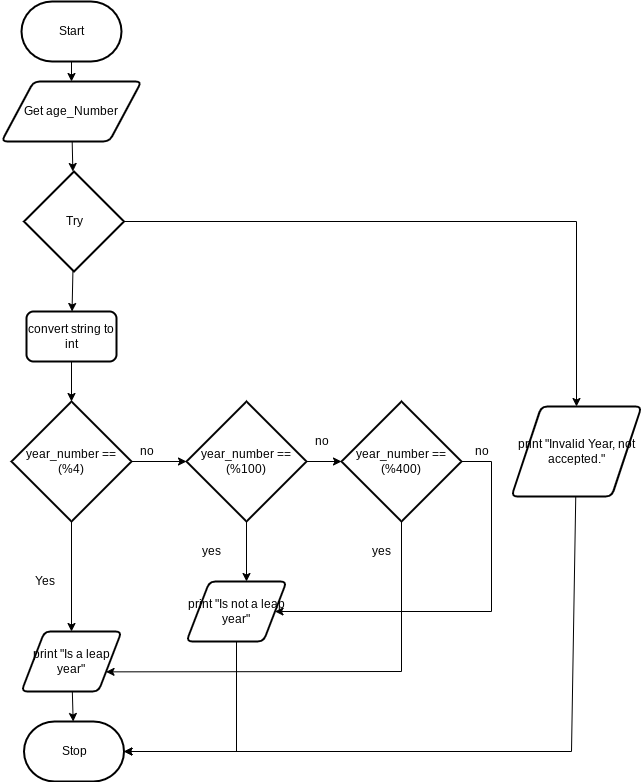
Earlier version of the draw.io export Draw.io/Flowchart.png (Peter-Gemmell/ICS3U-Unt3-08-Python). Source tidied: cells renumbered, new cells last; positions are measured from the earlier drawing's top-left corner, leaving out a move shared by most shapes. Source of this version:
```xml
<mxGraphModel>
  <root>
    <mxCell id="0" />
    <mxCell id="1" parent="0" />
    <mxCell id="2" style="edgeStyle=none;html=1;entryX=0.5;entryY=0;entryDx=0;entryDy=0;" parent="1" edge="1" source="3" target="5">
      <mxGeometry relative="1" as="geometry" />
    </mxCell>
    <mxCell id="3" value="Start" style="strokeWidth=2;html=1;shape=mxgraph.flowchart.terminator;whiteSpace=wrap;" parent="1" vertex="1">
      <mxGeometry x="20" width="100" height="60" as="geometry" />
    </mxCell>
    <mxCell id="4" style="edgeStyle=none;rounded=0;html=1;" parent="1" edge="1" source="5" target="16">
      <mxGeometry relative="1" as="geometry" />
    </mxCell>
    <mxCell id="5" value="Get age_Number" style="shape=parallelogram;html=1;strokeWidth=2;perimeter=parallelogramPerimeter;whiteSpace=wrap;rounded=1;arcSize=12;size=0.23;" parent="1" vertex="1">
      <mxGeometry y="80" width="140" height="60" as="geometry" />
    </mxCell>
    <mxCell id="6" style="edgeStyle=none;html=1;" parent="1" edge="1" source="7" target="8">
      <mxGeometry relative="1" as="geometry" />
    </mxCell>
    <mxCell id="7" value="print &quot;Is a leap year&quot;" style="shape=parallelogram;html=1;strokeWidth=2;perimeter=parallelogramPerimeter;whiteSpace=wrap;rounded=1;arcSize=12;size=0.23;" parent="1" vertex="1">
      <mxGeometry x="20" y="630" width="100" height="60" as="geometry" />
    </mxCell>
    <mxCell id="8" value="Stop" style="strokeWidth=2;html=1;shape=mxgraph.flowchart.terminator;whiteSpace=wrap;" parent="1" vertex="1">
      <mxGeometry x="22.5" y="720" width="100" height="60" as="geometry" />
    </mxCell>
    <mxCell id="9" style="edgeStyle=none;rounded=0;html=1;" parent="1" edge="1" source="11" target="7">
      <mxGeometry relative="1" as="geometry" />
    </mxCell>
    <mxCell id="10" style="edgeStyle=none;html=1;entryX=0;entryY=0.5;entryDx=0;entryDy=0;entryPerimeter=0;" parent="1" edge="1" source="11" target="23">
      <mxGeometry relative="1" as="geometry" />
    </mxCell>
    <mxCell id="11" value="year_number == (%4)" style="strokeWidth=2;html=1;shape=mxgraph.flowchart.decision;whiteSpace=wrap;" parent="1" vertex="1">
      <mxGeometry x="10" y="400" width="120" height="120" as="geometry" />
    </mxCell>
    <mxCell id="12" style="edgeStyle=none;rounded=0;html=1;entryX=1;entryY=0.5;entryDx=0;entryDy=0;entryPerimeter=0;" parent="1" edge="1" source="13" target="8">
      <mxGeometry relative="1" as="geometry">
        <Array as="points">
          <mxPoint x="570" y="750" />
        </Array>
      </mxGeometry>
    </mxCell>
    <mxCell id="13" value="print &quot;Invalid Year, not accepted.&quot;" style="shape=parallelogram;html=1;strokeWidth=2;perimeter=parallelogramPerimeter;whiteSpace=wrap;rounded=1;arcSize=12;size=0.23;" parent="1" vertex="1">
      <mxGeometry x="510" y="405" width="130" height="90" as="geometry" />
    </mxCell>
    <mxCell id="14" style="edgeStyle=none;html=1;entryX=0.5;entryY=0;entryDx=0;entryDy=0;rounded=0;" parent="1" edge="1" source="16" target="13">
      <mxGeometry relative="1" as="geometry">
        <Array as="points">
          <mxPoint x="575" y="220" />
        </Array>
      </mxGeometry>
    </mxCell>
    <mxCell id="15" style="edgeStyle=none;rounded=0;html=1;" parent="1" edge="1" source="16" target="19">
      <mxGeometry relative="1" as="geometry" />
    </mxCell>
    <mxCell id="16" value="Try" style="strokeWidth=2;html=1;shape=mxgraph.flowchart.decision;whiteSpace=wrap;" parent="1" vertex="1">
      <mxGeometry x="22.5" y="170" width="100" height="100" as="geometry" />
    </mxCell>
    <mxCell id="17" value="Yes&lt;br&gt;" style="text;html=1;align=center;verticalAlign=middle;strokeColor=none;fillColor=none;" parent="1" vertex="1">
      <mxGeometry x="22.5" y="570" width="40" height="20" as="geometry" />
    </mxCell>
    <mxCell id="18" style="edgeStyle=none;rounded=0;html=1;" parent="1" edge="1" source="19" target="11">
      <mxGeometry relative="1" as="geometry" />
    </mxCell>
    <mxCell id="19" value="&lt;span&gt;convert string to int&lt;/span&gt;" style="rounded=1;whiteSpace=wrap;html=1;absoluteArcSize=1;arcSize=14;strokeWidth=2;" parent="1" vertex="1">
      <mxGeometry x="25" y="310" width="90" height="50" as="geometry" />
    </mxCell>
    <mxCell id="20" value="no" style="text;html=1;align=center;verticalAlign=middle;strokeColor=none;fillColor=none;" parent="1" vertex="1">
      <mxGeometry x="130" y="440" width="30" height="20" as="geometry" />
    </mxCell>
    <mxCell id="21" style="edgeStyle=none;rounded=0;html=1;" parent="1" edge="1" source="23">
      <mxGeometry relative="1" as="geometry">
        <mxPoint x="245" y="580" as="targetPoint" />
      </mxGeometry>
    </mxCell>
    <mxCell id="22" style="edgeStyle=none;rounded=0;html=1;entryX=0;entryY=0.5;entryDx=0;entryDy=0;entryPerimeter=0;" parent="1" edge="1" source="23" target="26">
      <mxGeometry relative="1" as="geometry" />
    </mxCell>
    <mxCell id="23" value="year_number == (%100)" style="strokeWidth=2;html=1;shape=mxgraph.flowchart.decision;whiteSpace=wrap;" parent="1" vertex="1">
      <mxGeometry x="185" y="400" width="120" height="120" as="geometry" />
    </mxCell>
    <mxCell id="24" style="edgeStyle=none;html=1;entryX=1;entryY=0.75;entryDx=0;entryDy=0;rounded=0;" parent="1" edge="1" source="26" target="7">
      <mxGeometry relative="1" as="geometry">
        <Array as="points">
          <mxPoint x="400" y="670" />
        </Array>
      </mxGeometry>
    </mxCell>
    <mxCell id="25" style="edgeStyle=none;rounded=0;html=1;entryX=1;entryY=0.5;entryDx=0;entryDy=0;exitX=1;exitY=0.5;exitDx=0;exitDy=0;exitPerimeter=0;" parent="1" edge="1" source="26" target="28">
      <mxGeometry relative="1" as="geometry">
        <Array as="points">
          <mxPoint x="490" y="460" />
          <mxPoint x="490" y="610" />
        </Array>
      </mxGeometry>
    </mxCell>
    <mxCell id="26" value="year_number == (%400)" style="strokeWidth=2;html=1;shape=mxgraph.flowchart.decision;whiteSpace=wrap;" parent="1" vertex="1">
      <mxGeometry x="340" y="400" width="120" height="120" as="geometry" />
    </mxCell>
    <mxCell id="27" style="edgeStyle=none;rounded=0;html=1;entryX=1;entryY=0.5;entryDx=0;entryDy=0;entryPerimeter=0;" parent="1" edge="1" source="28" target="8">
      <mxGeometry relative="1" as="geometry">
        <Array as="points">
          <mxPoint x="235" y="750" />
        </Array>
      </mxGeometry>
    </mxCell>
    <mxCell id="28" value="print &quot;Is not a leap year&quot;" style="shape=parallelogram;html=1;strokeWidth=2;perimeter=parallelogramPerimeter;whiteSpace=wrap;rounded=1;arcSize=12;size=0.23;" parent="1" vertex="1">
      <mxGeometry x="185" y="580" width="100" height="60" as="geometry" />
    </mxCell>
    <mxCell id="29" value="no" style="text;html=1;align=center;verticalAlign=middle;strokeColor=none;fillColor=none;" parent="1" vertex="1">
      <mxGeometry x="305" y="430" width="30" height="20" as="geometry" />
    </mxCell>
    <mxCell id="30" value="yes" style="text;html=1;align=center;verticalAlign=middle;strokeColor=none;fillColor=none;" parent="1" vertex="1">
      <mxGeometry x="195" y="540" width="30" height="20" as="geometry" />
    </mxCell>
    <mxCell id="31" value="yes" style="text;html=1;align=center;verticalAlign=middle;strokeColor=none;fillColor=none;" parent="1" vertex="1">
      <mxGeometry x="365" y="540" width="30" height="20" as="geometry" />
    </mxCell>
    <mxCell id="32" value="no" style="text;html=1;align=center;verticalAlign=middle;strokeColor=none;fillColor=none;" parent="1" vertex="1">
      <mxGeometry x="465" y="440" width="30" height="20" as="geometry" />
    </mxCell>
  </root>
</mxGraphModel>
```
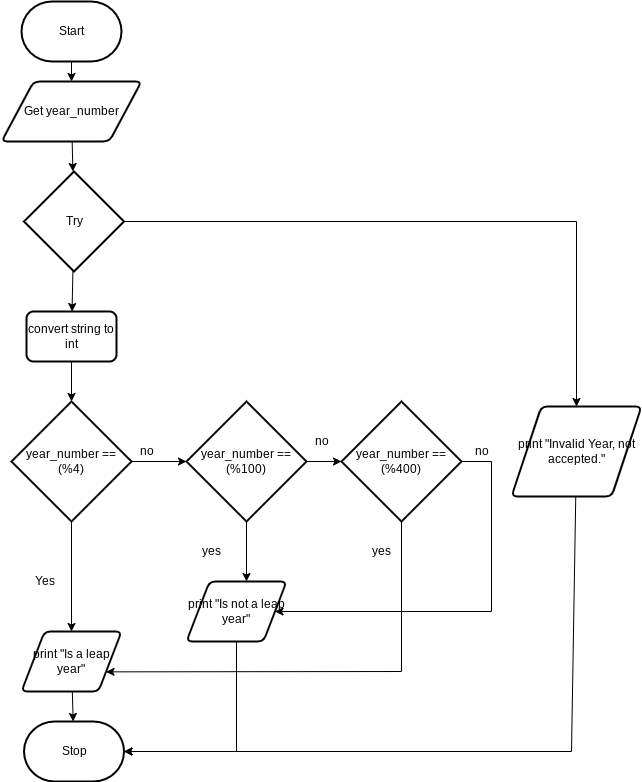
After the commit.

Change to the diagram source:
```diff
@@ -11,7 +11,7 @@
     <mxCell id="4" style="edgeStyle=none;rounded=0;html=1;" parent="1" edge="1" source="5" target="16">
       <mxGeometry relative="1" as="geometry" />
     </mxCell>
-    <mxCell id="5" value="Get age_Number" style="shape=parallelogram;html=1;strokeWidth=2;perimeter=parallelogramPerimeter;whiteSpace=wrap;rounded=1;arcSize=12;size=0.23;" parent="1" vertex="1">
+    <mxCell id="5" value="Get year_number" style="shape=parallelogram;html=1;strokeWidth=2;perimeter=parallelogramPerimeter;whiteSpace=wrap;rounded=1;arcSize=12;size=0.23;" parent="1" vertex="1">
       <mxGeometry y="80" width="140" height="60" as="geometry" />
     </mxCell>
     <mxCell id="6" style="edgeStyle=none;html=1;" parent="1" edge="1" source="7" target="8">
```
